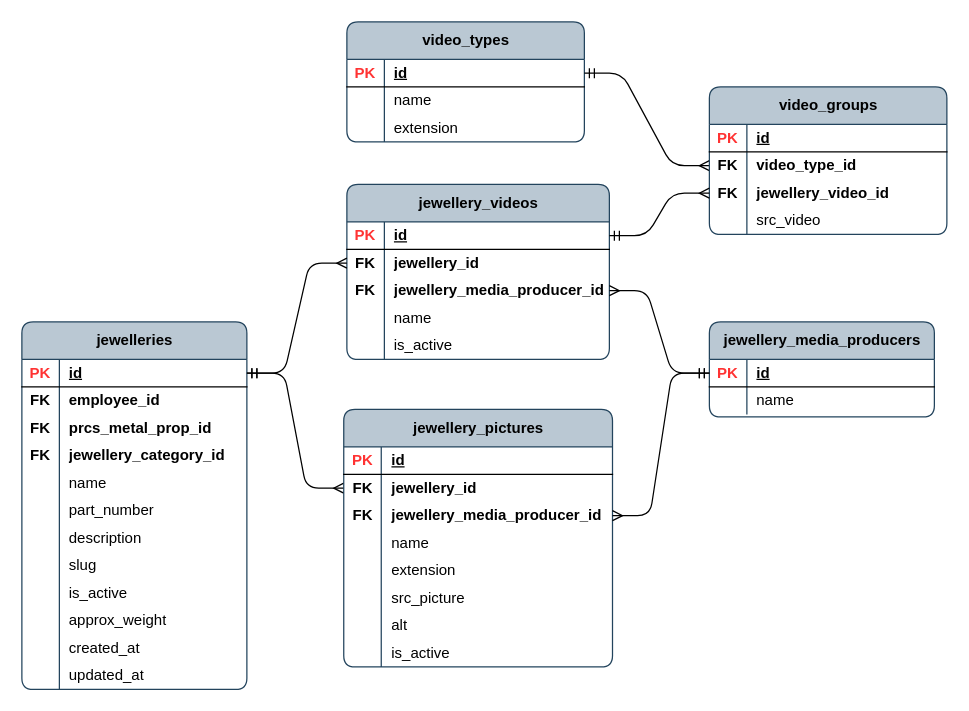
Above: page "jewellery_media" (5 of 14) of publisher/laravel-app/psql_jewellery_items.drawio in Local-development-environment/msg-brokers-publisher-consumer (draw.io), before the change. Source tidied: cells renumbered, new cells numbered last; positions are measured from the earlier drawing's top-left corner, leaving out a move shared by most shapes. Both pictures are drawn from the tidied source at 125%, with x=0, y=0 at pixel (21, 21).
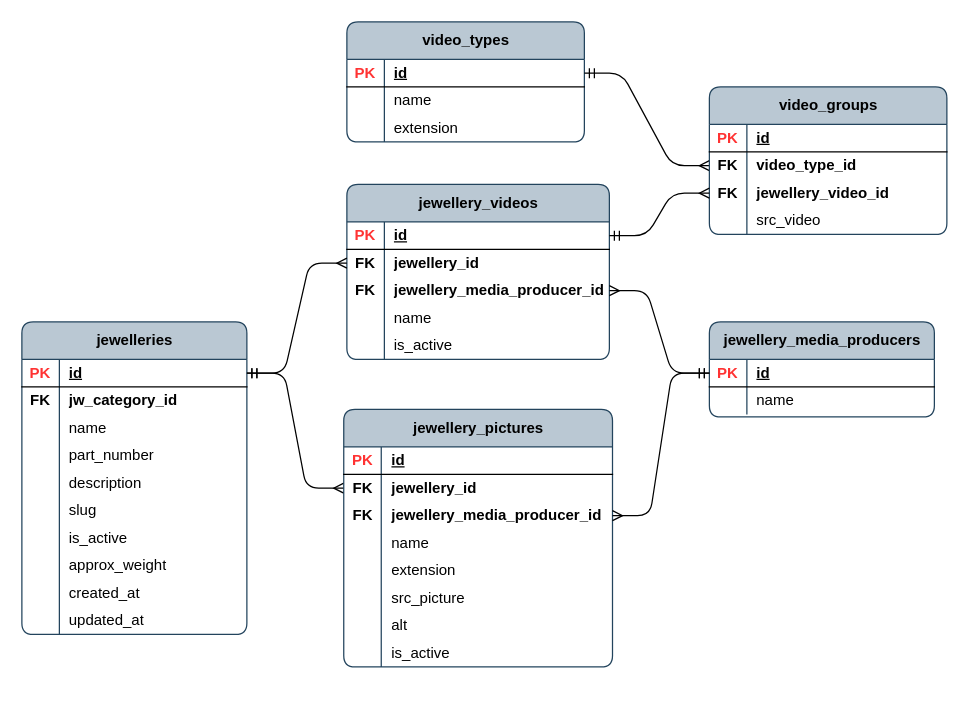
After the change.

The edit, as a diff of the source:
```diff
@@
     <mxCell id="2" value="jewelleries" style="shape=table;startSize=30;childLayout=tableLayout;rowLines=0;fontStyle=1;align=center;html=1;rounded=1;swimlaneFillColor=none;fillColor=#bac8d3;strokeColor=#23445d;columnLines=1;arcSize=10;" parent="1" vertex="1">
-      <mxGeometry y="240" width="180" height="294" as="geometry" />
+      <mxGeometry y="240" width="180" height="250" as="geometry" />
     </mxCell>
@@
-    <mxCell id="6" style="shape=tableRow;horizontal=0;startSize=0;swimlaneHead=0;swimlaneBody=0;fillColor=none;top=0;left=0;right=0;bottom=0;rounded=1;" parent="2" vertex="1">
-      <mxGeometry y="52" width="180" height="22" as="geometry" />
-    </mxCell>
-    <mxCell id="7" value="&lt;b&gt;FK&lt;/b&gt;" style="shape=partialRectangle;fillColor=none;top=0;left=0;bottom=0;right=0;overflow=hidden;whiteSpace=wrap;html=1;rounded=1;" parent="6" vertex="1">
-      <mxGeometry width="30" height="22" as="geometry" />
-    </mxCell>
-    <mxCell id="8" value="&lt;b&gt;employee_id&lt;/b&gt;" style="shape=partialRectangle;fillColor=none;top=0;left=0;bottom=0;right=0;align=left;spacingLeft=6;overflow=hidden;whiteSpace=wrap;html=1;rounded=1;" parent="6" vertex="1">
-      <mxGeometry x="30" width="150" height="22" as="geometry" />
-    </mxCell>
-    <mxCell id="9" style="shape=tableRow;horizontal=0;startSize=0;swimlaneHead=0;swimlaneBody=0;fillColor=none;top=0;left=0;right=0;bottom=0;rounded=1;" parent="2" vertex="1">
-      <mxGeometry y="74" width="180" height="22" as="geometry" />
-    </mxCell>
-    <mxCell id="10" value="&lt;b&gt;FK&lt;/b&gt;" style="shape=partialRectangle;fillColor=none;top=0;left=0;bottom=0;right=0;overflow=hidden;whiteSpace=wrap;html=1;rounded=1;" parent="9" vertex="1">
-      <mxGeometry width="30" height="22" as="geometry" />
-    </mxCell>
-    <mxCell id="11" value="&lt;b&gt;prcs_metal_prop_id&lt;/b&gt;" style="shape=partialRectangle;fillColor=none;top=0;left=0;bottom=0;right=0;align=left;spacingLeft=6;overflow=hidden;whiteSpace=wrap;html=1;rounded=1;" parent="9" vertex="1">
-      <mxGeometry x="30" width="150" height="22" as="geometry" />
-    </mxCell>
     <mxCell id="12" style="shape=tableRow;horizontal=0;startSize=0;swimlaneHead=0;swimlaneBody=0;fillColor=none;top=0;left=0;right=0;bottom=0;rounded=1;" parent="2" vertex="1">
-      <mxGeometry y="96" width="180" height="22" as="geometry" />
+      <mxGeometry y="52" width="180" height="22" as="geometry" />
     </mxCell>
@@
-    <mxCell id="14" value="&lt;b&gt;jewellery_category_id&lt;/b&gt;" style="shape=partialRectangle;fillColor=none;top=0;left=0;bottom=0;right=0;align=left;spacingLeft=6;overflow=hidden;whiteSpace=wrap;html=1;rounded=1;" parent="12" vertex="1">
+    <mxCell id="14" value="&lt;b&gt;jw_category_id&lt;/b&gt;" style="shape=partialRectangle;fillColor=none;top=0;left=0;bottom=0;right=0;align=left;spacingLeft=6;overflow=hidden;whiteSpace=wrap;html=1;rounded=1;" parent="12" vertex="1">
       <mxGeometry x="30" width="150" height="22" as="geometry" />
     </mxCell>
     <mxCell id="15" style="shape=tableRow;horizontal=0;startSize=0;swimlaneHead=0;swimlaneBody=0;fillColor=none;top=0;left=0;right=0;bottom=0;rounded=1;" parent="2" vertex="1">
-      <mxGeometry y="118" width="180" height="22" as="geometry" />
+      <mxGeometry y="74" width="180" height="22" as="geometry" />
     </mxCell>
@@
     <mxCell id="18" style="shape=tableRow;horizontal=0;startSize=0;swimlaneHead=0;swimlaneBody=0;fillColor=none;top=0;left=0;right=0;bottom=0;rounded=1;" parent="2" vertex="1">
-      <mxGeometry y="140" width="180" height="22" as="geometry" />
+      <mxGeometry y="96" width="180" height="22" as="geometry" />
     </mxCell>
@@
     <mxCell id="21" style="shape=tableRow;horizontal=0;startSize=0;swimlaneHead=0;swimlaneBody=0;fillColor=none;top=0;left=0;right=0;bottom=0;rounded=1;" parent="2" vertex="1">
-      <mxGeometry y="162" width="180" height="22" as="geometry" />
+      <mxGeometry y="118" width="180" height="22" as="geometry" />
     </mxCell>
@@
     <mxCell id="24" style="shape=tableRow;horizontal=0;startSize=0;swimlaneHead=0;swimlaneBody=0;fillColor=none;top=0;left=0;right=0;bottom=0;rounded=1;" parent="2" vertex="1">
-      <mxGeometry y="184" width="180" height="22" as="geometry" />
+      <mxGeometry y="140" width="180" height="22" as="geometry" />
     </mxCell>
@@
     <mxCell id="27" style="shape=tableRow;horizontal=0;startSize=0;swimlaneHead=0;swimlaneBody=0;fillColor=none;top=0;left=0;right=0;bottom=0;rounded=1;" parent="2" vertex="1">
-      <mxGeometry y="206" width="180" height="22" as="geometry" />
+      <mxGeometry y="162" width="180" height="22" as="geometry" />
     </mxCell>
@@
     <mxCell id="30" style="shape=tableRow;horizontal=0;startSize=0;swimlaneHead=0;swimlaneBody=0;fillColor=none;top=0;left=0;right=0;bottom=0;rounded=1;" parent="2" vertex="1">
-      <mxGeometry y="228" width="180" height="22" as="geometry" />
+      <mxGeometry y="184" width="180" height="22" as="geometry" />
     </mxCell>
@@
     <mxCell id="33" style="shape=tableRow;horizontal=0;startSize=0;swimlaneHead=0;swimlaneBody=0;fillColor=none;top=0;left=0;right=0;bottom=0;rounded=1;" parent="2" vertex="1">
-      <mxGeometry y="250" width="180" height="22" as="geometry" />
+      <mxGeometry y="206" width="180" height="22" as="geometry" />
     </mxCell>
@@
     <mxCell id="36" style="shape=tableRow;horizontal=0;startSize=0;swimlaneHead=0;swimlaneBody=0;fillColor=none;top=0;left=0;right=0;bottom=0;rounded=1;" parent="2" vertex="1">
-      <mxGeometry y="272" width="180" height="22" as="geometry" />
+      <mxGeometry y="228" width="180" height="22" as="geometry" />
     </mxCell>
```
